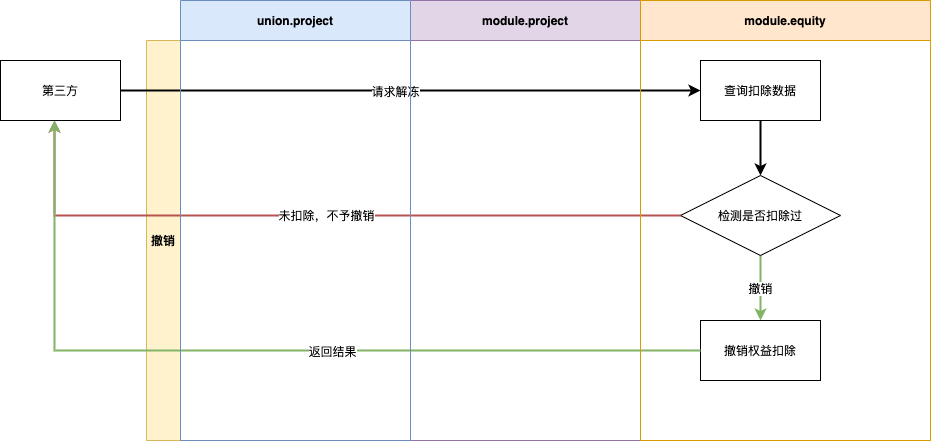
This is 撤销.png from zuoqiang320/uniondrug, a draw.io export, as it was before one commit. Source tidied: cells renumbered, new cells last; positions are measured from the earlier drawing's top-left corner, leaving out a move shared by most shapes.
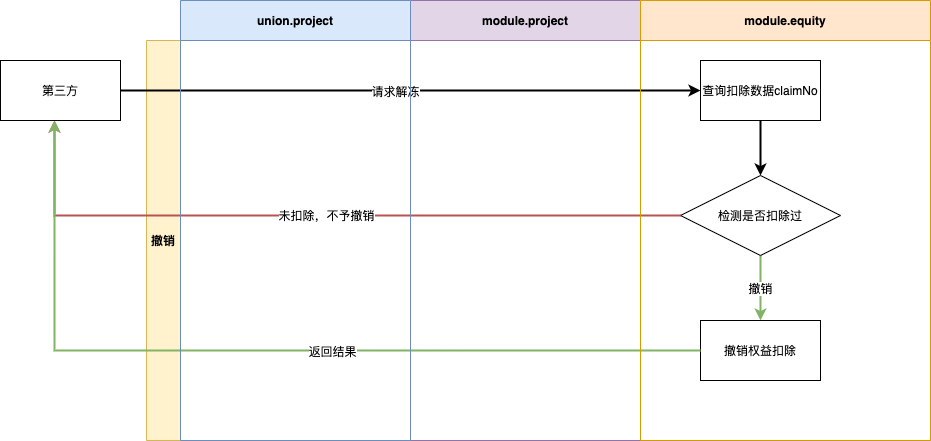
The same diagram one commit later.

What changed in the source:
```diff
@@ -5,7 +5,7 @@
     <mxCell id="2" value="撤销" style="swimlane;direction=north;fillColor=#fff2cc;strokeColor=#d6b656;startSize=34;verticalAlign=middle;" parent="1" vertex="1">
       <mxGeometry x="146" y="40" width="784" height="400" as="geometry" />
     </mxCell>
-    <mxCell id="3" value="查询扣除数据" style="rounded=0;whiteSpace=wrap;html=1;startSize=34;strokeWidth=1;" parent="1" vertex="1">
+    <mxCell id="3" value="查询扣除数据claimNo" style="rounded=0;whiteSpace=wrap;html=1;startSize=34;strokeWidth=1;" parent="1" vertex="1">
       <mxGeometry x="700" y="60" width="120" height="60" as="geometry" />
     </mxCell>
     <mxCell id="4" value="撤销" style="edgeStyle=orthogonalEdgeStyle;rounded=0;jettySize=auto;html=1;exitX=0.5;exitY=1;exitDx=0;exitDy=0;startSize=34;strokeWidth=2;fillColor=#d5e8d4;strokeColor=#82b366;" parent="1" edge="1" source="5" target="6">
```
